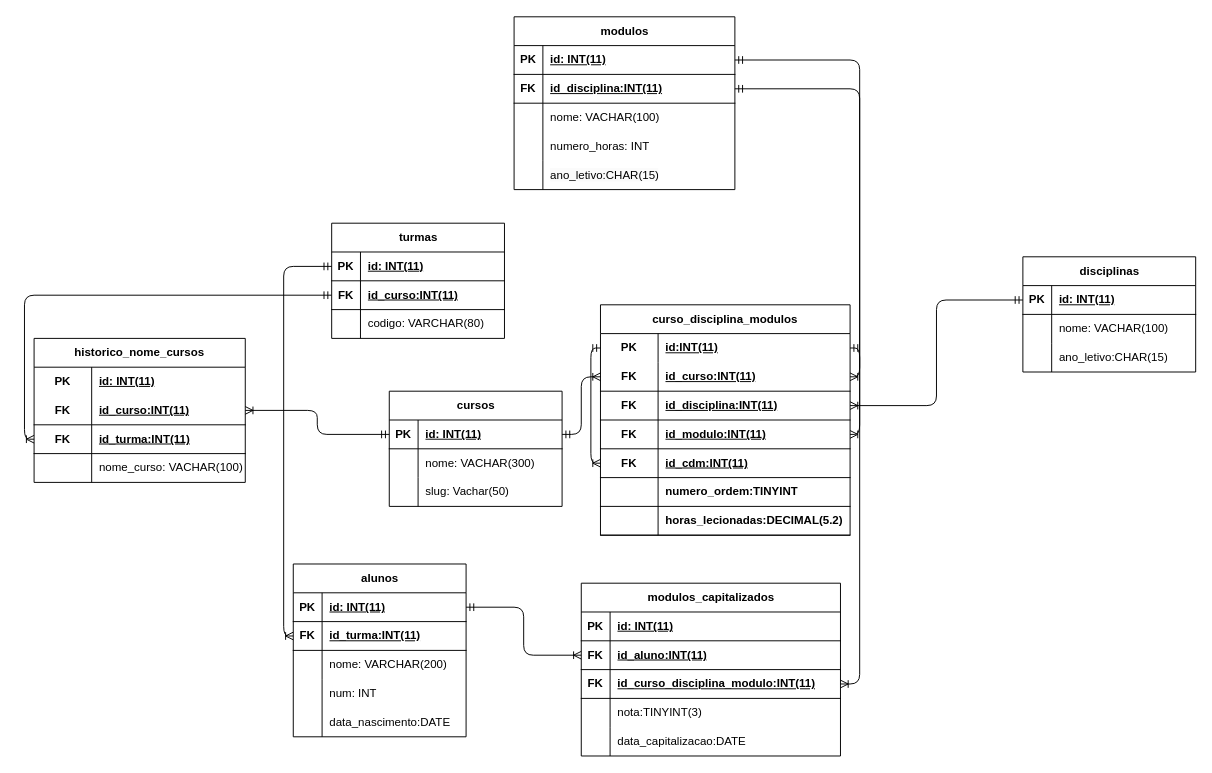
This is Gestor-de-Modulos/Gestor-de-Modulos/gdm_modelo_er.drawio from Henrique-Morais1/Mod15-trabalho_final, a draw.io file, before an edit. Source tidied: cells renumbered, new cells numbered last; positions are measured from the earlier drawing's top-left corner, leaving out a move shared by most shapes. Both pictures are drawn from the tidied source at 96%, with x=0, y=0 at pixel (34, 16).
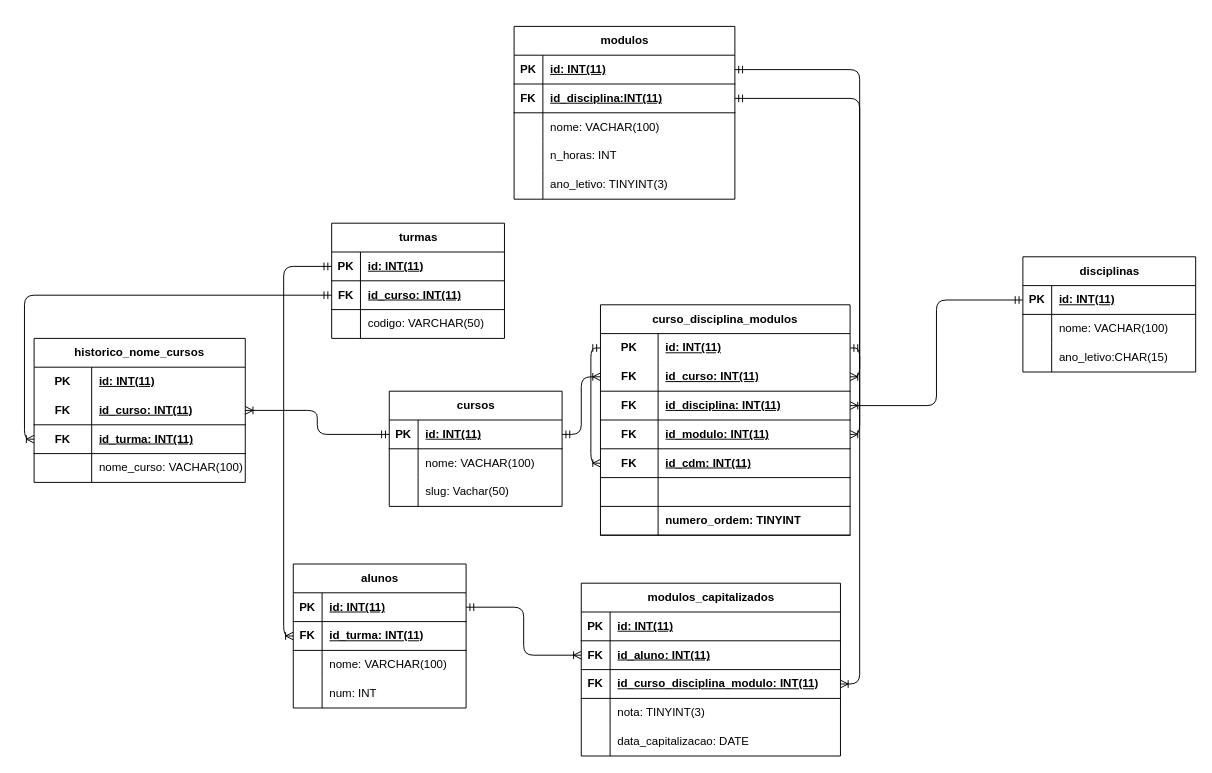
The same page after the edit.

Unchanged cells that the change refers to:
```xml
<mxCell id="6" style="shape=tableRow;horizontal=0;startSize=0;swimlaneHead=0;swimlaneBody=0;fillColor=none;top=0;left=0;right=0;bottom=0;" parent="2" vertex="1">
  <mxGeometry y="60" width="180" height="30" as="geometry" />
</mxCell>
<mxCell id="26" style="shape=tableRow;horizontal=0;startSize=0;swimlaneHead=0;swimlaneBody=0;fillColor=none;points=[[0,0.5],[1,0.5]];portConstraint=eastwest;top=0;left=0;right=0;bottom=1;" parent="22" vertex="1">
  <mxGeometry y="60" width="180" height="30" as="geometry" />
</mxCell>
<mxCell id="29" style="shape=tableRow;horizontal=0;startSize=0;swimlaneHead=0;swimlaneBody=0;fillColor=none;top=0;left=0;right=0;bottom=0;" parent="22" vertex="1">
  <mxGeometry y="90" width="180" height="30" as="geometry" />
</mxCell>
<mxCell id="42" style="shape=tableRow;horizontal=0;startSize=0;swimlaneHead=0;swimlaneBody=0;fillColor=none;top=0;left=0;right=0;bottom=0;" parent="32" vertex="1">
  <mxGeometry y="120" width="230" height="30" as="geometry" />
</mxCell>
<mxCell id="45" style="shape=tableRow;horizontal=0;startSize=0;swimlaneHead=0;swimlaneBody=0;fillColor=none;top=0;left=0;right=0;bottom=0;" parent="32" vertex="1">
  <mxGeometry y="150" width="230" height="30" as="geometry" />
</mxCell>
<mxCell id="52" style="shape=tableRow;horizontal=0;startSize=0;swimlaneHead=0;swimlaneBody=0;fillColor=none;points=[[0,0.5],[1,0.5]];portConstraint=eastwest;top=0;left=0;right=0;bottom=1;" parent="48" vertex="1">
  <mxGeometry y="60" width="180" height="30" as="geometry" />
</mxCell>
<mxCell id="55" style="shape=tableRow;horizontal=0;startSize=0;swimlaneHead=0;swimlaneBody=0;fillColor=none;top=0;left=0;right=0;bottom=0;" parent="48" vertex="1">
  <mxGeometry y="90" width="180" height="30" as="geometry" />
</mxCell>
<mxCell id="68" style="shape=tableRow;horizontal=0;startSize=0;swimlaneHead=0;swimlaneBody=0;fillColor=none;points=[[0,0.5],[1,0.5]];portConstraint=eastwest;top=0;left=0;right=0;bottom=1;" parent="64" vertex="1">
  <mxGeometry y="60" width="270" height="30" as="geometry" />
</mxCell>
<mxCell id="71" style="shape=tableRow;horizontal=0;startSize=0;swimlaneHead=0;swimlaneBody=0;fillColor=none;points=[[0,0.5],[1,0.5]];portConstraint=eastwest;top=0;left=0;right=0;bottom=1;" parent="64" vertex="1">
  <mxGeometry y="90" width="270" height="30" as="geometry" />
</mxCell>
<mxCell id="74" style="shape=tableRow;horizontal=0;startSize=0;swimlaneHead=0;swimlaneBody=0;fillColor=none;top=0;left=0;right=0;bottom=0;" parent="64" vertex="1">
  <mxGeometry y="120" width="270" height="30" as="geometry" />
</mxCell>
<mxCell id="77" style="shape=tableRow;horizontal=0;startSize=0;swimlaneHead=0;swimlaneBody=0;fillColor=none;top=0;left=0;right=0;bottom=0;" parent="64" vertex="1">
  <mxGeometry y="150" width="270" height="30" as="geometry" />
</mxCell>
<mxCell id="83" value="curso_disciplina_modulos" style="shape=table;startSize=30;childLayout=tableLayout;rowLines=0;fontStyle=1;align=center;html=1;whiteSpace=wrap;" parent="1" vertex="1">
  <mxGeometry x="590" y="300" width="260" height="240" as="geometry" />
</mxCell>
<mxCell id="84" style="shape=tableRow;horizontal=0;startSize=0;swimlaneHead=0;swimlaneBody=0;fillColor=none;points=[[0,0.5],[1,0.5]];portConstraint=eastwest;top=0;left=0;right=0;bottom=0;html=1;" parent="83" vertex="1">
  <mxGeometry y="30" width="260" height="30" as="geometry" />
</mxCell>
<mxCell id="87" style="shape=tableRow;horizontal=0;startSize=0;swimlaneHead=0;swimlaneBody=0;fillColor=none;points=[[0,0.5],[1,0.5]];portConstraint=eastwest;top=0;left=0;right=0;bottom=1;html=1;" parent="83" vertex="1">
  <mxGeometry y="60" width="260" height="30" as="geometry" />
</mxCell>
<mxCell id="90" style="shape=tableRow;horizontal=0;startSize=0;swimlaneHead=0;swimlaneBody=0;fillColor=none;points=[[0,0.5],[1,0.5]];portConstraint=eastwest;top=0;left=0;right=0;bottom=1;html=1;" parent="83" vertex="1">
  <mxGeometry y="90" width="260" height="30" as="geometry" />
</mxCell>
<mxCell id="93" style="shape=tableRow;horizontal=0;startSize=0;swimlaneHead=0;swimlaneBody=0;fillColor=none;points=[[0,0.5],[1,0.5]];portConstraint=eastwest;top=0;left=0;right=0;bottom=1;html=1;" parent="83" vertex="1">
  <mxGeometry y="120" width="260" height="30" as="geometry" />
</mxCell>
<mxCell id="96" style="shape=tableRow;horizontal=0;startSize=0;swimlaneHead=0;swimlaneBody=0;fillColor=none;points=[[0,0.5],[1,0.5]];portConstraint=eastwest;top=0;left=0;right=0;bottom=1;html=1;" parent="83" vertex="1">
  <mxGeometry y="150" width="260" height="30" as="geometry" />
</mxCell>
<mxCell id="114" style="shape=tableRow;horizontal=0;startSize=0;swimlaneHead=0;swimlaneBody=0;fillColor=none;points=[[0,0.5],[1,0.5]];portConstraint=eastwest;top=0;left=0;right=0;bottom=1;html=1;" parent="110" vertex="1">
  <mxGeometry y="60" width="220" height="30" as="geometry" />
</mxCell>
<mxCell id="117" style="shape=tableRow;horizontal=0;startSize=0;swimlaneHead=0;swimlaneBody=0;fillColor=none;points=[[0,0.5],[1,0.5]];portConstraint=eastwest;top=0;left=0;right=0;bottom=1;html=1;" parent="110" vertex="1">
  <mxGeometry y="90" width="220" height="30" as="geometry" />
</mxCell>
```

Diff of the diagram source:
```diff
@@
-    <mxCell id="8" value="nome: VACHAR(300)" style="shape=partialRectangle;fillColor=none;top=0;left=0;bottom=0;right=0;align=left;spacingLeft=6;overflow=hidden;whiteSpace=wrap;html=1;" parent="6" vertex="1">
+    <mxCell id="8" value="nome: VACHAR(100)" style="shape=partialRectangle;fillColor=none;top=0;left=0;bottom=0;right=0;align=left;spacingLeft=6;overflow=hidden;whiteSpace=wrap;html=1;" parent="6" vertex="1">
       <mxGeometry x="30" width="150" height="30" as="geometry" />
     </mxCell>
@@
-    <mxCell id="28" value="id_curso:INT(11)" style="shape=partialRectangle;fillColor=none;top=0;left=0;bottom=0;right=0;align=left;spacingLeft=6;fontStyle=5;overflow=hidden;whiteSpace=wrap;html=1;" parent="26" vertex="1">
+    <mxCell id="28" value="id_curso: INT(11)" style="shape=partialRectangle;fillColor=none;top=0;left=0;bottom=0;right=0;align=left;spacingLeft=6;fontStyle=5;overflow=hidden;whiteSpace=wrap;html=1;" parent="26" vertex="1">
       <mxGeometry x="30" width="150" height="30" as="geometry" />
     </mxCell>
@@
-    <mxCell id="31" value="codigo: VARCHAR(80)" style="shape=partialRectangle;fillColor=none;top=0;left=0;bottom=0;right=0;align=left;spacingLeft=6;overflow=hidden;whiteSpace=wrap;html=1;" parent="29" vertex="1">
+    <mxCell id="31" value="codigo: VARCHAR(50)" style="shape=partialRectangle;fillColor=none;top=0;left=0;bottom=0;right=0;align=left;spacingLeft=6;overflow=hidden;whiteSpace=wrap;html=1;" parent="29" vertex="1">
       <mxGeometry x="30" width="150" height="30" as="geometry" />
     </mxCell>
     <mxCell id="32" value="modulos" style="shape=table;startSize=30;childLayout=tableLayout;rowLines=0;fontStyle=1;align=center;html=1;" parent="1" vertex="1">
-      <mxGeometry x="500" width="230" height="180" as="geometry" />
+      <mxGeometry x="500" y="10" width="230" height="180" as="geometry" />
     </mxCell>
@@
-    <mxCell id="44" value="numero_horas: INT" style="shape=partialRectangle;fillColor=none;top=0;left=0;bottom=0;right=0;align=left;spacingLeft=6;overflow=hidden;whiteSpace=wrap;html=1;" parent="42" vertex="1">
+    <mxCell id="44" value="n_horas: INT" style="shape=partialRectangle;fillColor=none;top=0;left=0;bottom=0;right=0;align=left;spacingLeft=6;overflow=hidden;whiteSpace=wrap;html=1;" parent="42" vertex="1">
       <mxGeometry x="30" width="200" height="30" as="geometry" />
     </mxCell>
@@
-    <mxCell id="47" value="&lt;span style=&quot;color: rgb(0, 0, 0); font-family: Helvetica; font-size: 12px; font-style: normal; font-variant-ligatures: normal; font-variant-caps: normal; font-weight: 400; letter-spacing: normal; orphans: 2; text-align: left; text-indent: 0px; text-transform: none; widows: 2; word-spacing: 0px; -webkit-text-stroke-width: 0px; white-space: normal; background-color: rgb(251, 251, 251); text-decoration-thickness: initial; text-decoration-style: initial; text-decoration-color: initial; float: none; display: inline !important;&quot;&gt;ano_letivo:CHAR(15)&lt;/span&gt;" style="shape=partialRectangle;fillColor=none;top=0;left=0;bottom=0;right=0;align=left;spacingLeft=6;overflow=hidden;whiteSpace=wrap;html=1;" parent="45" vertex="1">
+    <mxCell id="47" value="&lt;span style=&quot;color: rgb(0, 0, 0); font-family: Helvetica; font-size: 12px; font-style: normal; font-variant-ligatures: normal; font-variant-caps: normal; font-weight: 400; letter-spacing: normal; orphans: 2; text-align: left; text-indent: 0px; text-transform: none; widows: 2; word-spacing: 0px; -webkit-text-stroke-width: 0px; white-space: normal; background-color: rgb(251, 251, 251); text-decoration-thickness: initial; text-decoration-style: initial; text-decoration-color: initial; float: none; display: inline !important;&quot;&gt;ano_letivo: TINYINT(3)&lt;/span&gt;" style="shape=partialRectangle;fillColor=none;top=0;left=0;bottom=0;right=0;align=left;spacingLeft=6;overflow=hidden;whiteSpace=wrap;html=1;" parent="45" vertex="1">
       <mxGeometry x="30" width="200" height="30" as="geometry" />
     </mxCell>
     <mxCell id="48" value="alunos" style="shape=table;startSize=30;childLayout=tableLayout;rowLines=0;fontStyle=1;align=center;html=1;" parent="1" vertex="1">
-      <mxGeometry x="270" y="570" width="180" height="180" as="geometry" />
+      <mxGeometry x="270" y="570" width="180" height="150" as="geometry" />
     </mxCell>
@@
-    <mxCell id="54" value="id_turma:INT(11)" style="shape=partialRectangle;fillColor=none;top=0;left=0;bottom=0;right=0;align=left;spacingLeft=6;fontStyle=5;overflow=hidden;whiteSpace=wrap;html=1;" parent="52" vertex="1">
+    <mxCell id="54" value="id_turma: INT(11)" style="shape=partialRectangle;fillColor=none;top=0;left=0;bottom=0;right=0;align=left;spacingLeft=6;fontStyle=5;overflow=hidden;whiteSpace=wrap;html=1;" parent="52" vertex="1">
       <mxGeometry x="30" width="150" height="30" as="geometry" />
     </mxCell>
@@
-    <mxCell id="57" value="&lt;span style=&quot;color: rgb(0, 0, 0);&quot;&gt;nome: VARCHAR(200)&lt;/span&gt;" style="shape=partialRectangle;fillColor=none;top=0;left=0;bottom=0;right=0;align=left;spacingLeft=6;overflow=hidden;whiteSpace=wrap;html=1;" parent="55" vertex="1">
+    <mxCell id="57" value="&lt;span style=&quot;color: rgb(0, 0, 0);&quot;&gt;nome: VARCHAR(100)&lt;/span&gt;" style="shape=partialRectangle;fillColor=none;top=0;left=0;bottom=0;right=0;align=left;spacingLeft=6;overflow=hidden;whiteSpace=wrap;html=1;" parent="55" vertex="1">
       <mxGeometry x="30" width="150" height="30" as="geometry" />
     </mxCell>
@@
-    <mxCell id="61" style="shape=tableRow;horizontal=0;startSize=0;swimlaneHead=0;swimlaneBody=0;fillColor=none;top=0;left=0;right=0;bottom=0;" parent="48" vertex="1">
-      <mxGeometry y="150" width="180" height="30" as="geometry" />
-    </mxCell>
-    <mxCell id="62" style="shape=partialRectangle;fillColor=none;top=0;left=0;bottom=0;right=0;overflow=hidden;whiteSpace=wrap;html=1;" parent="61" vertex="1">
-      <mxGeometry width="30" height="30" as="geometry" />
-    </mxCell>
-    <mxCell id="63" value="data_nascimento:DATE" style="shape=partialRectangle;fillColor=none;top=0;left=0;bottom=0;right=0;align=left;spacingLeft=6;overflow=hidden;whiteSpace=wrap;html=1;" parent="61" vertex="1">
-      <mxGeometry x="30" width="150" height="30" as="geometry" />
-    </mxCell>
@@
-    <mxCell id="70" value="id_aluno:INT(11)" style="shape=partialRectangle;fillColor=none;top=0;left=0;bottom=0;right=0;align=left;spacingLeft=6;fontStyle=5;overflow=hidden;whiteSpace=wrap;html=1;" parent="68" vertex="1">
+    <mxCell id="70" value="id_aluno: INT(11)" style="shape=partialRectangle;fillColor=none;top=0;left=0;bottom=0;right=0;align=left;spacingLeft=6;fontStyle=5;overflow=hidden;whiteSpace=wrap;html=1;" parent="68" vertex="1">
       <mxGeometry x="30" width="240" height="30" as="geometry" />
     </mxCell>
@@
-    <mxCell id="73" value="id_&lt;span style=&quot;color: rgb(0, 0, 0); text-align: center;&quot;&gt;curso_disciplina_modulo&lt;/span&gt;:INT(11)" style="shape=partialRectangle;fillColor=none;top=0;left=0;bottom=0;right=0;align=left;spacingLeft=6;fontStyle=5;overflow=hidden;whiteSpace=wrap;html=1;" parent="71" vertex="1">
+    <mxCell id="73" value="id_&lt;span style=&quot;color: rgb(0, 0, 0); text-align: center;&quot;&gt;curso_disciplina_modulo&lt;/span&gt;: INT(11)" style="shape=partialRectangle;fillColor=none;top=0;left=0;bottom=0;right=0;align=left;spacingLeft=6;fontStyle=5;overflow=hidden;whiteSpace=wrap;html=1;" parent="71" vertex="1">
       <mxGeometry x="30" width="240" height="30" as="geometry" />
     </mxCell>
@@
-    <mxCell id="76" value="nota:TINYINT(3)" style="shape=partialRectangle;fillColor=none;top=0;left=0;bottom=0;right=0;align=left;spacingLeft=6;overflow=hidden;whiteSpace=wrap;html=1;" parent="74" vertex="1">
+    <mxCell id="76" value="nota: TINYINT(3)" style="shape=partialRectangle;fillColor=none;top=0;left=0;bottom=0;right=0;align=left;spacingLeft=6;overflow=hidden;whiteSpace=wrap;html=1;" parent="74" vertex="1">
       <mxGeometry x="30" width="240" height="30" as="geometry" />
     </mxCell>
@@
-    <mxCell id="79" value="data_capitalizacao:DATE" style="shape=partialRectangle;fillColor=none;top=0;left=0;bottom=0;right=0;align=left;spacingLeft=6;overflow=hidden;whiteSpace=wrap;html=1;" parent="77" vertex="1">
+    <mxCell id="79" value="data_capitalizacao: DATE" style="shape=partialRectangle;fillColor=none;top=0;left=0;bottom=0;right=0;align=left;spacingLeft=6;overflow=hidden;whiteSpace=wrap;html=1;" parent="77" vertex="1">
       <mxGeometry x="30" width="240" height="30" as="geometry" />
     </mxCell>
@@
-    <mxCell id="86" value="id:INT(11)" style="shape=partialRectangle;fillColor=none;top=0;left=0;bottom=0;right=0;align=left;spacingLeft=6;fontStyle=5;overflow=hidden;html=1;whiteSpace=wrap;" parent="84" vertex="1">
+    <mxCell id="86" value="id: INT(11)" style="shape=partialRectangle;fillColor=none;top=0;left=0;bottom=0;right=0;align=left;spacingLeft=6;fontStyle=5;overflow=hidden;html=1;whiteSpace=wrap;" parent="84" vertex="1">
       <mxGeometry x="60" width="200" height="30" as="geometry" />
     </mxCell>
@@
-    <mxCell id="89" value="id_curso:INT(11)" style="shape=partialRectangle;fillColor=none;top=0;left=0;bottom=0;right=0;align=left;spacingLeft=6;fontStyle=5;overflow=hidden;html=1;whiteSpace=wrap;" parent="87" vertex="1">
+    <mxCell id="89" value="id_curso: INT(11)" style="shape=partialRectangle;fillColor=none;top=0;left=0;bottom=0;right=0;align=left;spacingLeft=6;fontStyle=5;overflow=hidden;html=1;whiteSpace=wrap;" parent="87" vertex="1">
       <mxGeometry x="60" width="200" height="30" as="geometry" />
     </mxCell>
@@
-    <mxCell id="92" value="id_disciplina:INT(11)" style="shape=partialRectangle;fillColor=none;top=0;left=0;bottom=0;right=0;align=left;spacingLeft=6;fontStyle=5;overflow=hidden;html=1;whiteSpace=wrap;" parent="90" vertex="1">
+    <mxCell id="92" value="id_disciplina: INT(11)" style="shape=partialRectangle;fillColor=none;top=0;left=0;bottom=0;right=0;align=left;spacingLeft=6;fontStyle=5;overflow=hidden;html=1;whiteSpace=wrap;" parent="90" vertex="1">
       <mxGeometry x="60" width="200" height="30" as="geometry" />
     </mxCell>
@@
-    <mxCell id="95" value="id_modulo:INT(11)" style="shape=partialRectangle;fillColor=none;top=0;left=0;bottom=0;right=0;align=left;spacingLeft=6;fontStyle=5;overflow=hidden;html=1;whiteSpace=wrap;" parent="93" vertex="1">
+    <mxCell id="95" value="id_modulo: INT(11)" style="shape=partialRectangle;fillColor=none;top=0;left=0;bottom=0;right=0;align=left;spacingLeft=6;fontStyle=5;overflow=hidden;html=1;whiteSpace=wrap;" parent="93" vertex="1">
       <mxGeometry x="60" width="200" height="30" as="geometry" />
     </mxCell>
@@
-    <mxCell id="98" value="id_cdm:INT(11)" style="shape=partialRectangle;fillColor=none;top=0;left=0;bottom=0;right=0;align=left;spacingLeft=6;fontStyle=5;overflow=hidden;html=1;whiteSpace=wrap;" parent="96" vertex="1">
+    <mxCell id="98" value="id_cdm: INT(11)" style="shape=partialRectangle;fillColor=none;top=0;left=0;bottom=0;right=0;align=left;spacingLeft=6;fontStyle=5;overflow=hidden;html=1;whiteSpace=wrap;" parent="96" vertex="1">
       <mxGeometry x="60" width="200" height="30" as="geometry" />
     </mxCell>
+    <mxCell id="125" style="shape=tableRow;horizontal=0;startSize=0;swimlaneHead=0;swimlaneBody=0;fillColor=none;top=0;left=0;right=0;bottom=1;html=1;" parent="83" vertex="1">
+      <mxGeometry y="180" width="260" height="30" as="geometry" />
+    </mxCell>
+    <mxCell id="103" style="shape=partialRectangle;fillColor=none;top=0;left=0;bottom=0;right=0;fontStyle=1;overflow=hidden;html=1;whiteSpace=wrap;" parent="125" vertex="1">
+      <mxGeometry width="60" height="30" as="geometry" />
+    </mxCell>
+    <mxCell id="126" value="&lt;div&gt;&lt;br&gt;&lt;/div&gt;" style="shape=partialRectangle;fillColor=none;top=0;left=0;bottom=0;right=0;align=left;spacingLeft=6;fontStyle=5;overflow=hidden;html=1;whiteSpace=wrap;" parent="125" vertex="1">
+      <mxGeometry x="60" width="200" height="30" as="geometry" />
+    </mxCell>
     <mxCell id="99" style="shape=tableRow;horizontal=0;startSize=0;swimlaneHead=0;swimlaneBody=0;fillColor=none;top=0;left=0;right=0;bottom=1;html=1;" parent="83" vertex="1">
-      <mxGeometry y="180" width="260" height="30" as="geometry" />
+      <mxGeometry y="210" width="260" height="30" as="geometry" />
     </mxCell>
@@
-    <mxCell id="101" value="numero_ordem:TINYINT" style="shape=partialRectangle;fillColor=none;top=0;left=0;bottom=0;right=0;align=left;spacingLeft=6;fontStyle=1;overflow=hidden;html=1;whiteSpace=wrap;" parent="99" vertex="1">
+    <mxCell id="101" value="numero_ordem: TINYINT" style="shape=partialRectangle;fillColor=none;top=0;left=0;bottom=0;right=0;align=left;spacingLeft=6;fontStyle=1;overflow=hidden;html=1;whiteSpace=wrap;" parent="99" vertex="1">
       <mxGeometry x="60" width="200" height="30" as="geometry" />
     </mxCell>
-    <mxCell id="102" style="shape=tableRow;horizontal=0;startSize=0;swimlaneHead=0;swimlaneBody=0;fillColor=none;top=0;left=0;right=0;bottom=1;html=1;" parent="83" vertex="1">
-      <mxGeometry y="210" width="260" height="30" as="geometry" />
-    </mxCell>
-    <mxCell id="103" style="shape=partialRectangle;fillColor=none;top=0;left=0;bottom=0;right=0;fontStyle=1;overflow=hidden;html=1;whiteSpace=wrap;" parent="102" vertex="1">
-      <mxGeometry width="60" height="30" as="geometry" />
-    </mxCell>
-    <mxCell id="104" value="horas_lecionadas:DECIMAL(5.2)" style="shape=partialRectangle;fillColor=none;top=0;left=0;bottom=0;right=0;align=left;spacingLeft=6;fontStyle=1;overflow=hidden;html=1;whiteSpace=wrap;strokeColor=inherit;" parent="102" vertex="1">
-      <mxGeometry x="60" width="200" height="30" as="geometry" />
-    </mxCell>
@@
-    <mxCell id="116" value="&lt;span style=&quot;color: rgb(0, 0, 0);&quot;&gt;id_curso:INT(11)&lt;/span&gt;" style="shape=partialRectangle;fillColor=none;top=0;left=0;bottom=0;right=0;align=left;spacingLeft=6;fontStyle=5;overflow=hidden;html=1;whiteSpace=wrap;" parent="114" vertex="1">
+    <mxCell id="116" value="&lt;span style=&quot;color: rgb(0, 0, 0);&quot;&gt;id_curso: INT(11)&lt;/span&gt;" style="shape=partialRectangle;fillColor=none;top=0;left=0;bottom=0;right=0;align=left;spacingLeft=6;fontStyle=5;overflow=hidden;html=1;whiteSpace=wrap;" parent="114" vertex="1">
       <mxGeometry x="60" width="160" height="30" as="geometry" />
     </mxCell>
@@
-    <mxCell id="119" value="&lt;span style=&quot;color: rgb(0, 0, 0);&quot;&gt;id_turma:INT(11)&lt;/span&gt;" style="shape=partialRectangle;fillColor=none;top=0;left=0;bottom=0;right=0;align=left;spacingLeft=6;fontStyle=5;overflow=hidden;html=1;whiteSpace=wrap;" parent="117" vertex="1">
+    <mxCell id="119" value="&lt;span style=&quot;color: rgb(0, 0, 0);&quot;&gt;id_turma: INT(11)&lt;/span&gt;" style="shape=partialRectangle;fillColor=none;top=0;left=0;bottom=0;right=0;align=left;spacingLeft=6;fontStyle=5;overflow=hidden;html=1;whiteSpace=wrap;" parent="117" vertex="1">
       <mxGeometry x="60" width="160" height="30" as="geometry" />
     </mxCell>
```
